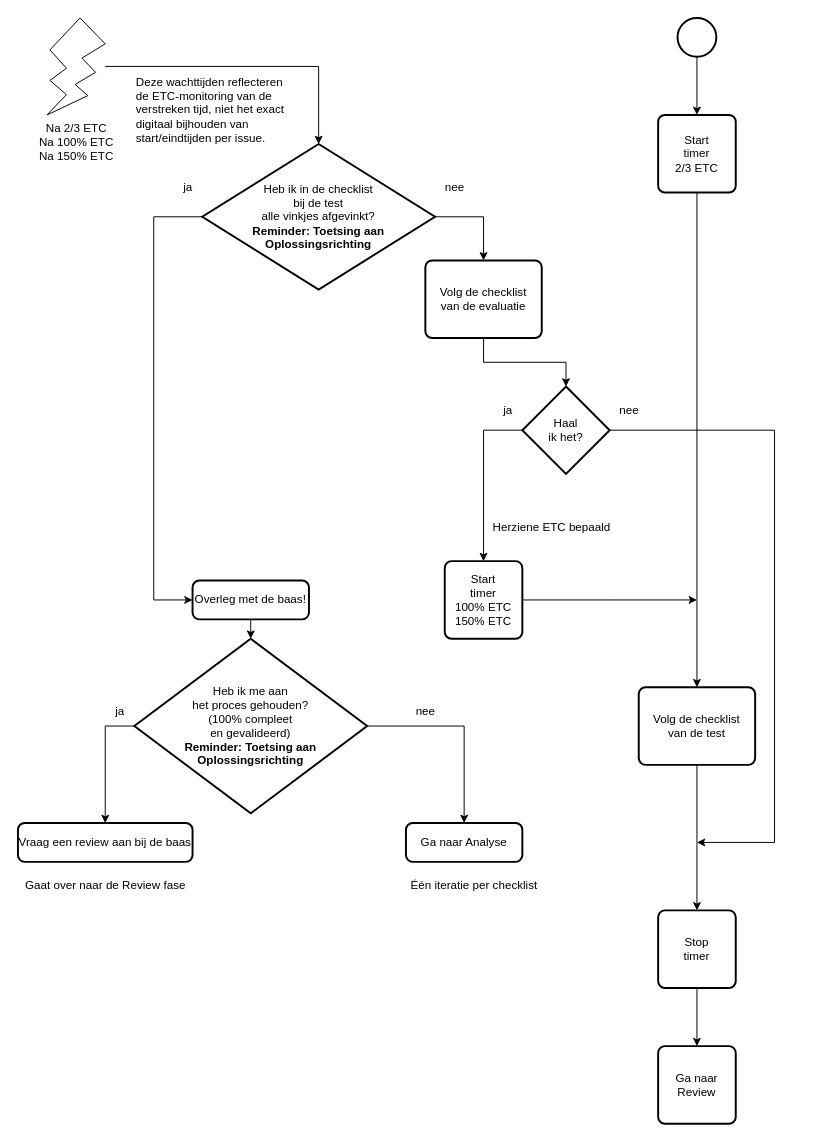
Zaibatsu89/IssueTracker keeps this draw.io diagram as 5 Issue Tracker test.drawio. Above is the earlier version. Source tidied: cells renumbered, new cells numbered last; positions are measured from the earlier drawing's top-left corner, leaving out a move shared by most shapes. Both pictures are drawn from the tidied source at 97%, with x=0, y=0 at pixel (17, 17).
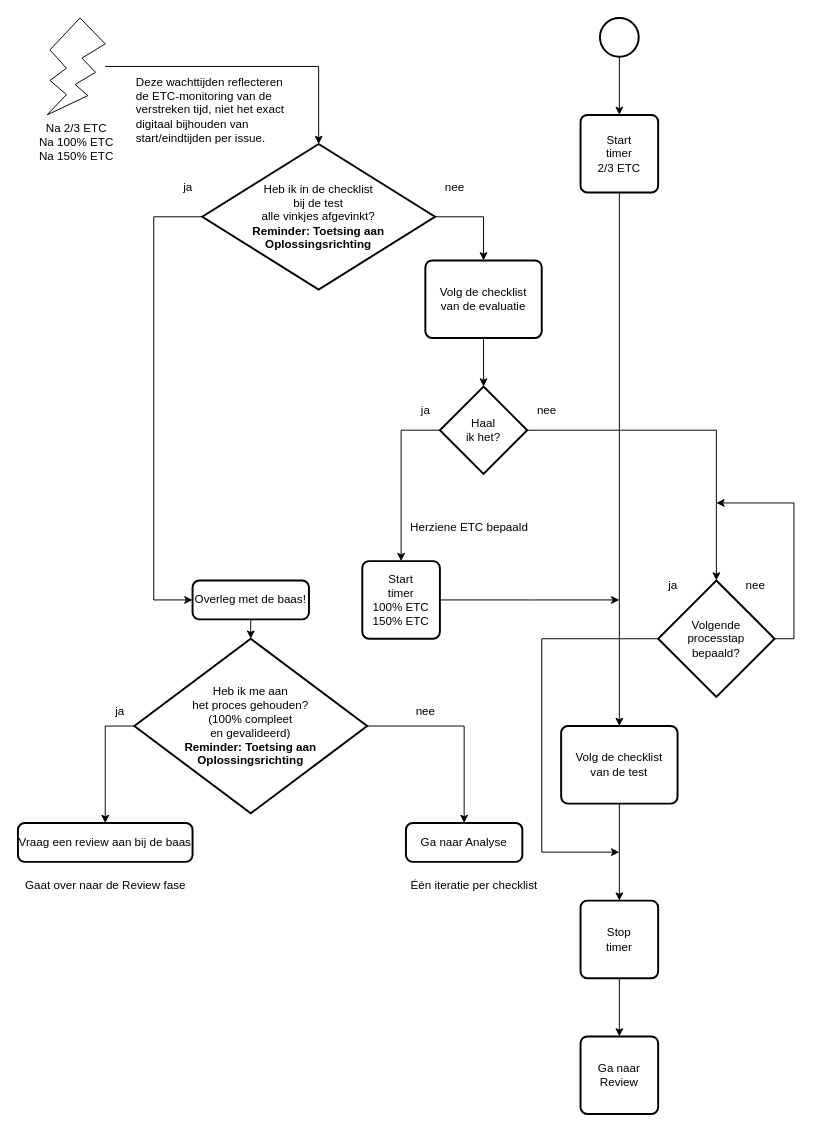
Above is the later version.

Commit message (it also covers changes not shown here):
Voeg "Volgende processtap bepaald?" toe na "Haal ik het?" in flowcharts

Diff of the diagram source:
```diff
@@
     <mxCell id="3" style="strokeWidth=2;html=1;shape=mxgraph.flowchart.start_2;whiteSpace=wrap;" parent="1" vertex="1">
-      <mxGeometry x="680" width="40" height="40" as="geometry" />
+      <mxGeometry x="600" width="40" height="40" as="geometry" />
     </mxCell>
@@
     <mxCell id="5" value="Volg de checklist&lt;br&gt;van de test" style="rounded=1;whiteSpace=wrap;html=1;absoluteArcSize=1;arcSize=14;strokeWidth=2;" parent="1" vertex="1">
-      <mxGeometry x="640" y="690" width="120" height="80" as="geometry" />
+      <mxGeometry x="560" y="730" width="120" height="80" as="geometry" />
     </mxCell>
@@
     <mxCell id="25" value="Herziene ETC bepaald" style="text;html=1;align=center;verticalAlign=middle;strokeColor=none;fillColor=none;" parent="1" vertex="1">
-      <mxGeometry x="480" y="510" width="140" height="30" as="geometry" />
+      <mxGeometry x="395" y="510" width="140" height="30" as="geometry" />
     </mxCell>
@@
     <mxCell id="27" value="Ga naar&lt;br&gt;Review" style="rounded=1;whiteSpace=wrap;html=1;absoluteArcSize=1;arcSize=14;strokeWidth=2;" parent="1" vertex="1">
-      <mxGeometry x="660" y="1060" width="80" height="80" as="geometry" />
+      <mxGeometry x="580" y="1050" width="80" height="80" as="geometry" />
     </mxCell>
@@
     <mxCell id="29" value="Start&lt;br&gt;timer&lt;br&gt;2/3 ETC" style="rounded=1;whiteSpace=wrap;html=1;absoluteArcSize=1;arcSize=14;strokeWidth=2;" parent="1" vertex="1">
-      <mxGeometry x="660" y="100" width="80" height="80" as="geometry" />
+      <mxGeometry x="580" y="100" width="80" height="80" as="geometry" />
     </mxCell>
     <mxCell id="30" style="edgeStyle=orthogonalEdgeStyle;rounded=0;jettySize=auto;html=1;" parent="1" edge="1" source="31">
       <mxGeometry relative="1" as="geometry">
-        <mxPoint x="700" y="600" as="targetPoint" />
+        <mxPoint x="620" y="600" as="targetPoint" />
       </mxGeometry>
     </mxCell>
     <mxCell id="31" value="Start&lt;br&gt;timer&lt;br&gt;100% ETC&lt;br&gt;150% ETC" style="rounded=1;whiteSpace=wrap;html=1;absoluteArcSize=1;arcSize=14;strokeWidth=2;" parent="1" vertex="1">
-      <mxGeometry x="440" y="560" width="80" height="80" as="geometry" />
+      <mxGeometry x="355" y="560" width="80" height="80" as="geometry" />
     </mxCell>
@@
-    <mxCell id="33" style="edgeStyle=orthogonalEdgeStyle;rounded=0;jettySize=auto;html=1;exitX=1;exitY=0.5;exitDx=0;exitDy=0;exitPerimeter=0;" parent="1" edge="1" source="34">
-      <mxGeometry relative="1" as="geometry">
-        <mxPoint x="700" y="850" as="targetPoint" />
-        <Array as="points">
-          <mxPoint x="780" y="425" />
-        </Array>
-      </mxGeometry>
-    </mxCell>
     <mxCell id="34" value="Haal&lt;br&gt;ik het?" style="strokeWidth=2;html=1;shape=mxgraph.flowchart.decision;whiteSpace=wrap;" parent="1" vertex="1">
-      <mxGeometry x="520" y="380" width="90" height="90" as="geometry" />
+      <mxGeometry x="435" y="380" width="90" height="90" as="geometry" />
     </mxCell>
@@
     <mxCell id="36" value="ja" style="text;html=1;align=center;verticalAlign=middle;strokeColor=none;fillColor=none;" parent="1" vertex="1">
-      <mxGeometry x="490" y="390" width="30" height="30" as="geometry" />
+      <mxGeometry x="405" y="390" width="30" height="30" as="geometry" />
     </mxCell>
     <mxCell id="37" value="nee" style="text;html=1;align=center;verticalAlign=middle;strokeColor=none;fillColor=none;" parent="1" vertex="1">
-      <mxGeometry x="610" y="390" width="40" height="30" as="geometry" />
+      <mxGeometry x="525" y="390" width="40" height="30" as="geometry" />
     </mxCell>
@@
     <mxCell id="39" value="Stop&lt;br&gt;timer" style="rounded=1;whiteSpace=wrap;html=1;absoluteArcSize=1;arcSize=14;strokeWidth=2;" parent="1" vertex="1">
-      <mxGeometry x="660" y="920" width="80" height="80" as="geometry" />
+      <mxGeometry x="580" y="910" width="80" height="80" as="geometry" />
     </mxCell>
+    <mxCell id="40" style="edgeStyle=orthogonalEdgeStyle;rounded=0;jettySize=auto;html=1;exitX=1;exitY=0.5;exitDx=0;exitDy=0;exitPerimeter=0;" parent="1" edge="1" source="42">
+      <mxGeometry relative="1" as="geometry">
+        <mxPoint x="720" y="500" as="targetPoint" />
+        <Array as="points">
+          <mxPoint x="800" y="640" />
+          <mxPoint x="800" y="500" />
+          <mxPoint x="720" y="500" />
+        </Array>
+      </mxGeometry>
+    </mxCell>
+    <mxCell id="41" style="edgeStyle=orthogonalEdgeStyle;rounded=0;jettySize=auto;html=1;exitX=0;exitY=0.5;exitDx=0;exitDy=0;exitPerimeter=0;" parent="1" edge="1" source="42">
+      <mxGeometry relative="1" as="geometry">
+        <mxPoint x="620" y="860" as="targetPoint" />
+        <Array as="points">
+          <mxPoint x="540" y="640" />
+        </Array>
+      </mxGeometry>
+    </mxCell>
+    <mxCell id="42" value="Volgende&lt;br&gt;processtap&lt;br&gt;bepaald?" style="strokeWidth=2;html=1;shape=mxgraph.flowchart.decision;whiteSpace=wrap;" parent="1" vertex="1">
+      <mxGeometry x="660" y="580" width="120" height="120" as="geometry" />
+    </mxCell>
+    <mxCell id="43" style="edgeStyle=orthogonalEdgeStyle;rounded=0;jettySize=auto;html=1;exitX=1;exitY=0.5;exitDx=0;exitDy=0;exitPerimeter=0;entryX=0.5;entryY=0;entryDx=0;entryDy=0;entryPerimeter=0;" parent="1" edge="1" source="34" target="42">
+      <mxGeometry relative="1" as="geometry" />
+    </mxCell>
+    <mxCell id="44" value="nee" style="text;html=1;align=center;verticalAlign=middle;strokeColor=none;fillColor=none;" parent="1" vertex="1">
+      <mxGeometry x="740" y="570" width="40" height="30" as="geometry" />
+    </mxCell>
+    <mxCell id="45" value="ja" style="text;html=1;align=center;verticalAlign=middle;strokeColor=none;fillColor=none;" parent="1" vertex="1">
+      <mxGeometry x="660" y="570" width="30" height="30" as="geometry" />
+    </mxCell>
```
